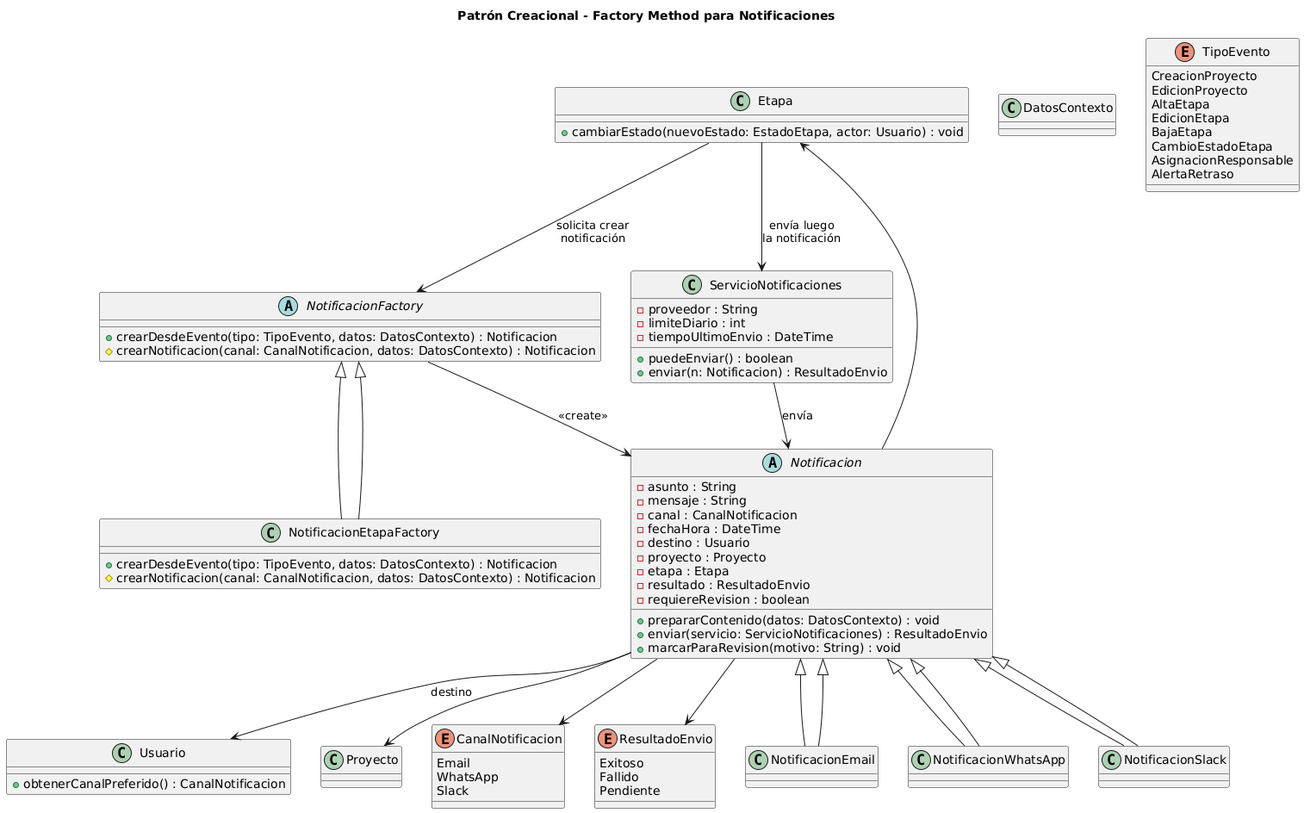
Above: diagramas/01-diagrama-clases/01-patron-creacional-factory-method-notificaciones.png in dantebiondi666-prog/SistemaProductoraVideos (PlantUML), before the change.
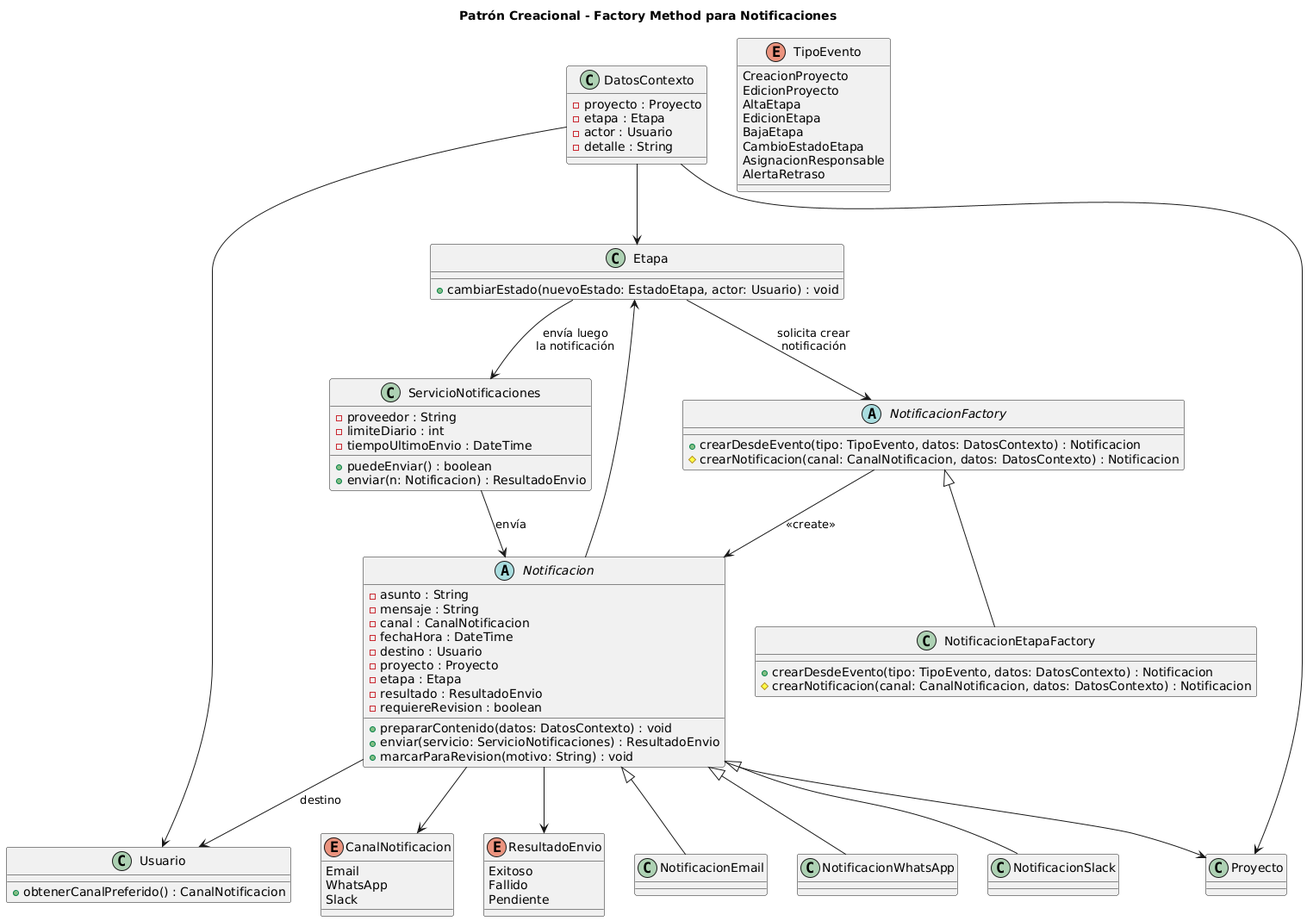
After the change.

What changed in the source:
```diff
@@ -12,7 +12,12 @@
 
 class Proyecto
 
-class DatosContexto
+class DatosContexto {
+  - proyecto : Proyecto
+  - etapa : Etapa
+  - actor : Usuario
+  - detalle : String
+}
 
 enum TipoEvento {
   CreacionProyecto
@@ -58,10 +63,6 @@
 class NotificacionWhatsApp extends Notificacion
 class NotificacionSlack extends Notificacion
 
-Notificacion <|-- NotificacionEmail
-Notificacion <|-- NotificacionWhatsApp
-Notificacion <|-- NotificacionSlack
-
 Notificacion --> Usuario : destino
 Notificacion --> Proyecto
 Notificacion --> Etapa
@@ -79,7 +80,6 @@
   # crearNotificacion(canal: CanalNotificacion, datos: DatosContexto) : Notificacion
 }
 
-NotificacionFactory <|-- NotificacionEtapaFactory
 NotificacionFactory --> Notificacion : <<create>>
 
 
@@ -97,4 +97,8 @@
 
 Etapa --> NotificacionFactory : «solicita crear\nnotificación»
 Etapa --> ServicioNotificaciones : «envía luego\nla notificación»
+
+DatosContexto --> Proyecto
+DatosContexto --> Etapa
+DatosContexto --> Usuario
 @enduml
```
